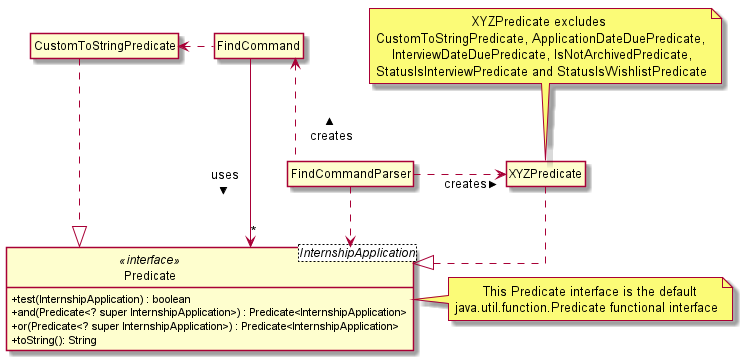
The PlantUML diagram images/FindClassDiagram.png in AY1920S2-CS2103T-F10-2/main, before a commit.
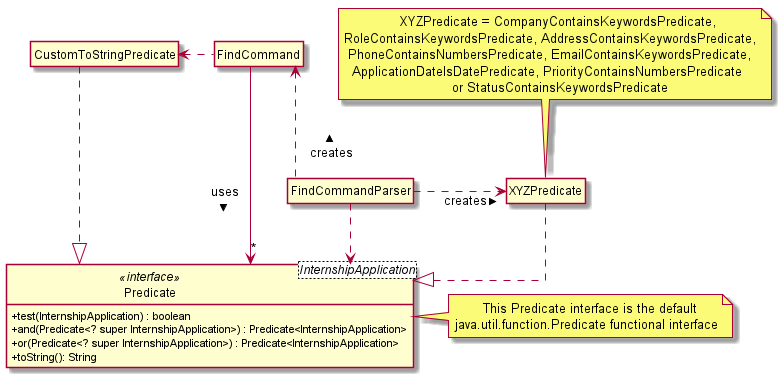
Above is the later version.

The edit, as a diff of the source:
```diff
@@ -34,10 +34,11 @@
 end note
 
 note as N2
-                            XYZPredicate excludes
-    CustomToStringPredicate, ApplicationDateDuePredicate,
-        InterviewDateDuePredicate, IsNotArchivedPredicate,
-    StatusIsInterviewPredicate and StatusIsWishlistPredicate
+                  XYZPredicate = CompanyContainsKeywordsPredicate,
+    RoleContainsKeywordsPredicate, AddressContainsKeywordsPredicate,
+     PhoneContainsNumbersPredicate, EmailContainsKeywordsPredicate,
+      ApplicationDateIsDatePredicate, PriorityContainsNumbersPredicate
+                               or StatusContainsKeywordsPredicate
 end note
 
 N1 .left. Predicate
```
